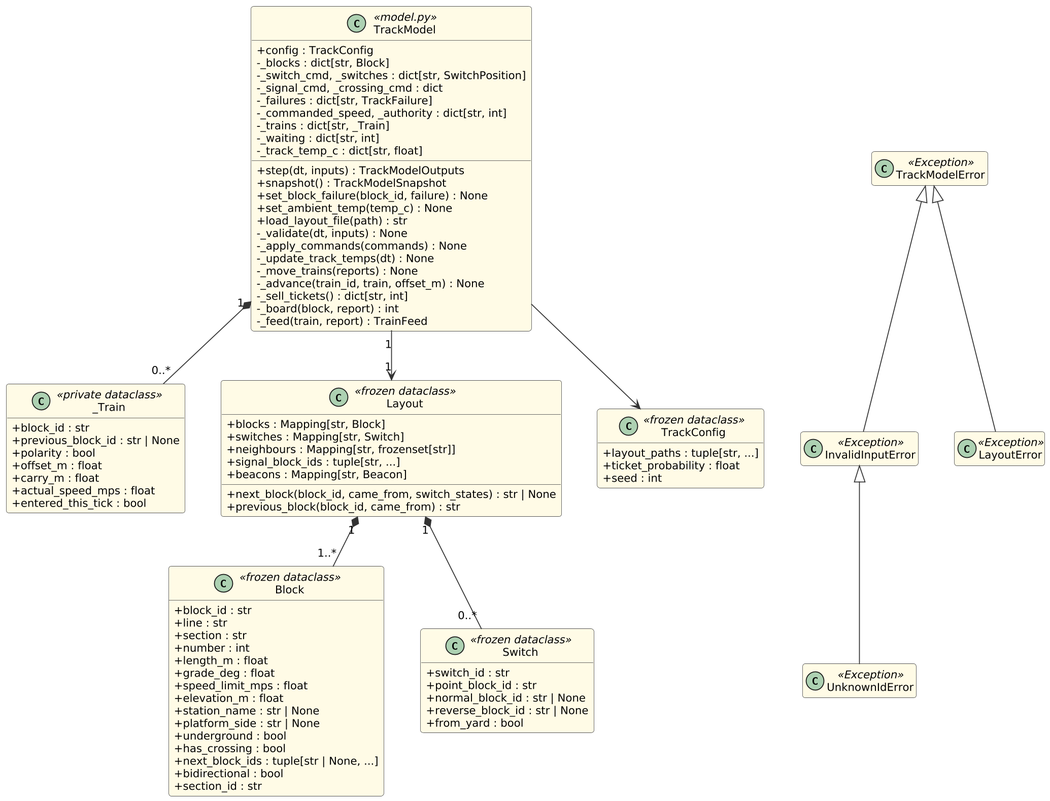
Earlier version of the PlantUML export documents/uml/track_model/04_class_core.png (Landiss04/Track-Overflow). Its diagram source:
```plantuml
@startuml
skinparam shadowing false
skinparam dpi 170
skinparam defaultFontName DejaVu Sans
skinparam defaultFontSize 12
skinparam roundCorner 6
skinparam ArrowColor #333333
skinparam BackgroundColor white
skinparam classAttributeIconSize 0
skinparam classBackgroundColor #FFFBE6
skinparam classBorderColor #555555
hide empty members
skinparam nodesep 40
skinparam ranksep 55
class TrackModel <<model.py>> {
  +config : TrackConfig
  -_blocks : dict[str, Block]
  -_switch_cmd, _switches : dict[str, SwitchPosition]
  -_signal_cmd, _crossing_cmd : dict
  -_failures : dict[str, TrackFailure]
  -_commanded_speed, _authority : dict[str, int]
  -_trains : dict[str, _Train]
  -_waiting : dict[str, int]
  -_track_temp_c : dict[str, float]
  +step(dt, inputs) : TrackModelOutputs
  +snapshot() : TrackModelSnapshot
  +set_block_failure(block_id, failure) : None
  +set_ambient_temp(temp_c) : None
  +load_layout_file(path) : str
  -_validate(dt, inputs) : None
  -_apply_commands(commands) : None
  -_update_track_temps(dt) : None
  -_move_trains(reports) : None
  -_advance(train_id, train, offset_m) : None
  -_sell_tickets() : dict[str, int]
  -_board(block, report) : int
  -_feed(train, report) : TrainFeed
}
class _Train <<private dataclass>> {
  +block_id : str
  +previous_block_id : str | None
  +polarity : bool
  +offset_m : float
  +carry_m : float
  +actual_speed_mps : float
  +entered_this_tick : bool
}
class Layout <<frozen dataclass>> {
  +blocks : Mapping[str, Block]
  +switches : Mapping[str, Switch]
  +neighbours : Mapping[str, frozenset[str]]
  +signal_block_ids : tuple[str, ...]
  +beacons : Mapping[str, Beacon]
  +next_block(block_id, came_from, switch_states) : str | None
  +previous_block(block_id, came_from) : str
}
class Block <<frozen dataclass>> {
  +block_id : str
  +line : str
  +section : str
  +number : int
  +length_m : float
  +grade_deg : float
  +speed_limit_mps : float
  +elevation_m : float
  +station_name : str | None
  +platform_side : str | None
  +underground : bool
  +has_crossing : bool
  +next_block_ids : tuple[str | None, ...]
  +bidirectional : bool
  +section_id : str
}
class Switch <<frozen dataclass>> {
  +switch_id : str
  +point_block_id : str
  +normal_block_id : str | None
  +reverse_block_id : str | None
  +from_yard : bool
}
class TrackConfig <<frozen dataclass>> {
  +layout_paths : tuple[str, ...]
  +ticket_probability : float
  +seed : int
}
class TrackModelError <<Exception>>
class InvalidInputError <<Exception>>
class UnknownIdError <<Exception>>
class LayoutError <<Exception>>
TrackModel "1" *-- "0..*" _Train
TrackModel "1" --> "1" Layout
TrackModel --> TrackConfig
Layout "1" *-- "1..*" Block
Layout "1" *-- "0..*" Switch
TrackModelError <|-- InvalidInputError
InvalidInputError <|-- UnknownIdError
TrackModelError <|-- LayoutError
@enduml
```
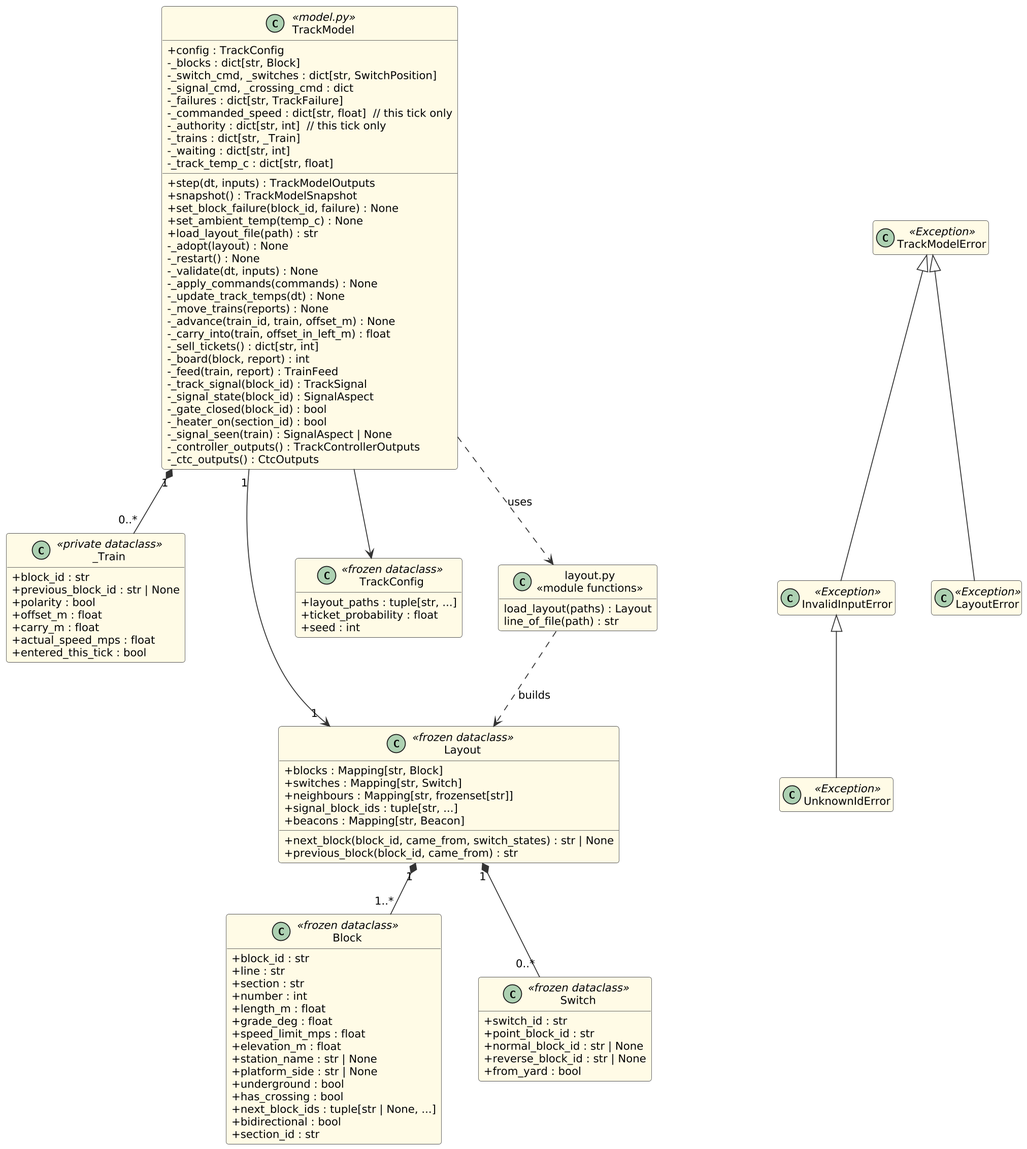
After the commit.

The edit, as a diff of the source:
```diff
@@ -18,7 +18,8 @@
   -_switch_cmd, _switches : dict[str, SwitchPosition]
   -_signal_cmd, _crossing_cmd : dict
   -_failures : dict[str, TrackFailure]
-  -_commanded_speed, _authority : dict[str, int]
+  -_commanded_speed : dict[str, float]  // this tick only
+  -_authority : dict[str, int]  // this tick only
   -_trains : dict[str, _Train]
   -_waiting : dict[str, int]
   -_track_temp_c : dict[str, float]
@@ -27,14 +28,24 @@
   +set_block_failure(block_id, failure) : None
   +set_ambient_temp(temp_c) : None
   +load_layout_file(path) : str
+  -_adopt(layout) : None
+  -_restart() : None
   -_validate(dt, inputs) : None
   -_apply_commands(commands) : None
   -_update_track_temps(dt) : None
   -_move_trains(reports) : None
   -_advance(train_id, train, offset_m) : None
+  -_carry_into(train, offset_in_left_m) : float
   -_sell_tickets() : dict[str, int]
   -_board(block, report) : int
   -_feed(train, report) : TrainFeed
+  -_track_signal(block_id) : TrackSignal
+  -_signal_state(block_id) : SignalAspect
+  -_gate_closed(block_id) : bool
+  -_heater_on(section_id) : bool
+  -_signal_seen(train) : SignalAspect | None
+  -_controller_outputs() : TrackControllerOutputs
+  -_ctc_outputs() : CtcOutputs
 }
 class _Train <<private dataclass>> {
   +block_id : str
@@ -83,6 +94,10 @@
   +ticket_probability : float
   +seed : int
 }
+class "layout.py\n<<module functions>>" as LF {
+  load_layout(paths) : Layout
+  line_of_file(path) : str
+}
 class TrackModelError <<Exception>>
 class InvalidInputError <<Exception>>
 class UnknownIdError <<Exception>>
@@ -90,6 +105,8 @@
 TrackModel "1" *-- "0..*" _Train
 TrackModel "1" --> "1" Layout
 TrackModel --> TrackConfig
+TrackModel ..> LF : uses
+LF ..> Layout : builds
 Layout "1" *-- "1..*" Block
 Layout "1" *-- "0..*" Switch
 TrackModelError <|-- InvalidInputError
```
